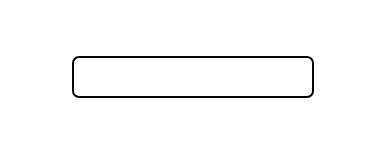
This is software.drawio from yuanzhaoming/draws, a draw.io file, before an edit. Source tidied: cells renumbered, new cells numbered last; positions are measured from the earlier drawing's top-left corner, leaving out a move shared by most shapes. Both pictures are drawn from the tidied source at 200%, with x=0, y=0 at pixel (72, 56).
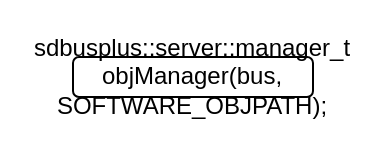
Above is the later version.

What changed in the source:
```diff
@@
 <mxGraphModel>
   <root>
     <mxCell id="0" />
     <mxCell id="1" parent="0" />
-    <mxCell id="2" style="rounded=1;whiteSpace=wrap;html=1;" parent="1" vertex="1">
+    <mxCell id="2" value="sdbusplus::server::manager_t objManager(bus, SOFTWARE_OBJPATH);" style="rounded=1;whiteSpace=wrap;html=1;" parent="1" vertex="1">
       <mxGeometry width="120" height="20" as="geometry" />
     </mxCell>
   </root>
 </mxGraphModel>
```
